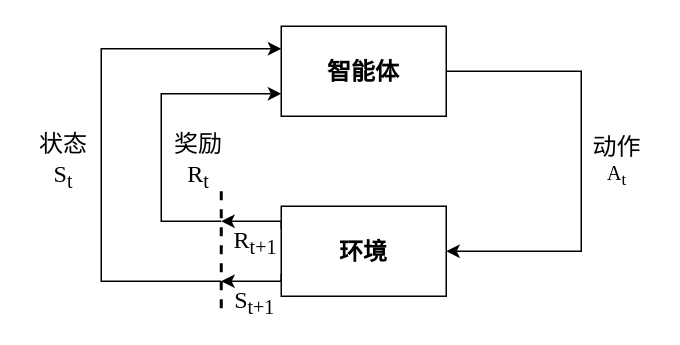
Before: agent&environment.drawio in debeetle/Drawio, a draw.io diagram. Source tidied: cells renumbered, new cells numbered last; positions are measured from the earlier drawing's top-left corner, leaving out a move shared by most shapes. Both pictures are drawn from the tidied source at 150%, with x=0, y=0 at pixel (26, 26).
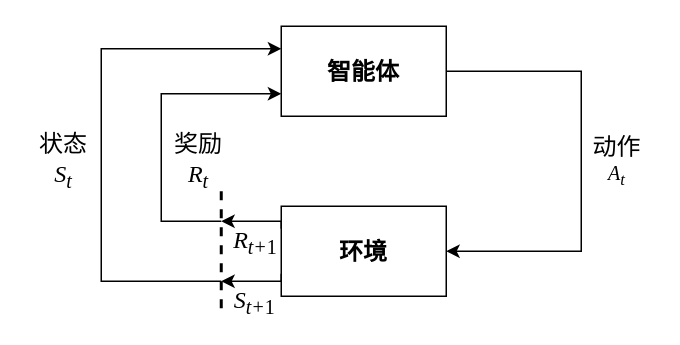
The same page after the edit.

What changed in the source:
```diff
@@
-    <mxCell id="8" value="&lt;font style=&quot;font-size: 16px;&quot;&gt;奖励&lt;br&gt;&lt;font face=&quot;Times New Roman&quot;&gt;R&lt;sub&gt;t&lt;/sub&gt;&lt;/font&gt;&lt;br&gt;&lt;/font&gt;" style="text;html=1;strokeColor=none;fillColor=none;align=center;verticalAlign=middle;whiteSpace=wrap;rounded=0;fontFamily=宋体;" parent="1" vertex="1">
+    <mxCell id="8" value="&lt;font style=&quot;font-size: 16px;&quot;&gt;奖励&lt;br&gt;&lt;font face=&quot;Times New Roman&quot;&gt;&lt;i&gt;R&lt;sub&gt;t&lt;/sub&gt;&lt;/i&gt;&lt;/font&gt;&lt;br&gt;&lt;/font&gt;" style="text;html=1;strokeColor=none;fillColor=none;align=center;verticalAlign=middle;whiteSpace=wrap;rounded=0;fontFamily=宋体;" parent="1" vertex="1">
       <mxGeometry x="90" y="70" width="50" height="40" as="geometry" />
     </mxCell>
-    <mxCell id="9" value="&lt;font style=&quot;font-size: 16px;&quot;&gt;状态&lt;br&gt;&lt;font face=&quot;Times New Roman&quot;&gt;S&lt;sub&gt;t&lt;/sub&gt;&lt;/font&gt;&lt;br&gt;&lt;/font&gt;" style="text;html=1;strokeColor=none;fillColor=none;align=center;verticalAlign=middle;whiteSpace=wrap;rounded=0;fontFamily=宋体;" parent="1" vertex="1">
+    <mxCell id="9" value="&lt;font style=&quot;font-size: 16px;&quot;&gt;状态&lt;br&gt;&lt;font face=&quot;Times New Roman&quot;&gt;&lt;i&gt;S&lt;sub&gt;t&lt;/sub&gt;&lt;/i&gt;&lt;/font&gt;&lt;br&gt;&lt;/font&gt;" style="text;html=1;strokeColor=none;fillColor=none;align=center;verticalAlign=middle;whiteSpace=wrap;rounded=0;fontFamily=宋体;" parent="1" vertex="1">
       <mxGeometry y="70" width="50" height="40" as="geometry" />
     </mxCell>
-    <mxCell id="10" value="&lt;font style=&quot;&quot;&gt;&lt;span style=&quot;font-size: 16px;&quot;&gt;动作&lt;/span&gt;&lt;br&gt;&lt;span style=&quot;font-size: 13.3333px;&quot;&gt;&lt;font face=&quot;Times New Roman&quot;&gt;A&lt;sub&gt;t&lt;/sub&gt;&lt;/font&gt;&lt;/span&gt;&lt;br&gt;&lt;/font&gt;" style="text;html=1;strokeColor=none;fillColor=none;align=center;verticalAlign=middle;whiteSpace=wrap;rounded=0;fontFamily=宋体;" parent="1" vertex="1">
+    <mxCell id="10" value="&lt;font style=&quot;&quot;&gt;&lt;span style=&quot;font-size: 16px;&quot;&gt;动作&lt;/span&gt;&lt;br&gt;&lt;span style=&quot;font-size: 13.3333px;&quot;&gt;&lt;font face=&quot;Times New Roman&quot;&gt;&lt;i&gt;A&lt;sub&gt;t&lt;/sub&gt;&lt;/i&gt;&lt;/font&gt;&lt;/span&gt;&lt;br&gt;&lt;/font&gt;" style="text;html=1;strokeColor=none;fillColor=none;align=center;verticalAlign=middle;whiteSpace=wrap;rounded=0;fontFamily=宋体;" parent="1" vertex="1">
       <mxGeometry x="369" y="70" width="50" height="40" as="geometry" />
     </mxCell>
@@
-    <mxCell id="13" value="&lt;font style=&quot;font-size: 16px;&quot; face=&quot;Times New Roman&quot;&gt;R&lt;sub&gt;t+1&lt;/sub&gt;&lt;/font&gt;" style="text;html=1;strokeColor=none;fillColor=none;align=center;verticalAlign=middle;whiteSpace=wrap;rounded=0;" parent="1" vertex="1">
+    <mxCell id="13" value="&lt;font style=&quot;font-size: 16px;&quot; face=&quot;Times New Roman&quot;&gt;&lt;i&gt;R&lt;/i&gt;&lt;sub style=&quot;&quot;&gt;&lt;i&gt;t+&lt;/i&gt;1&lt;/sub&gt;&lt;/font&gt;" style="text;html=1;strokeColor=none;fillColor=none;align=center;verticalAlign=middle;whiteSpace=wrap;rounded=0;" parent="1" vertex="1">
       <mxGeometry x="137.5" y="134" width="30" height="20" as="geometry" />
     </mxCell>
-    <mxCell id="14" value="&lt;font style=&quot;font-size: 16px;&quot; face=&quot;Times New Roman&quot;&gt;&lt;span style=&quot;&quot;&gt;S&lt;sub&gt;t+1&lt;/sub&gt;&lt;/span&gt;&lt;/font&gt;" style="text;html=1;strokeColor=none;fillColor=none;align=center;verticalAlign=middle;whiteSpace=wrap;rounded=0;" parent="1" vertex="1">
+    <mxCell id="14" value="&lt;font style=&quot;font-size: 16px;&quot; face=&quot;Times New Roman&quot;&gt;&lt;i&gt;S&lt;/i&gt;&lt;sub style=&quot;&quot;&gt;&lt;i&gt;t+&lt;/i&gt;1&lt;/sub&gt;&lt;/font&gt;" style="text;html=1;strokeColor=none;fillColor=none;align=center;verticalAlign=middle;whiteSpace=wrap;rounded=0;" parent="1" vertex="1">
       <mxGeometry x="135" y="174" width="35" height="20" as="geometry" />
     </mxCell>
```
